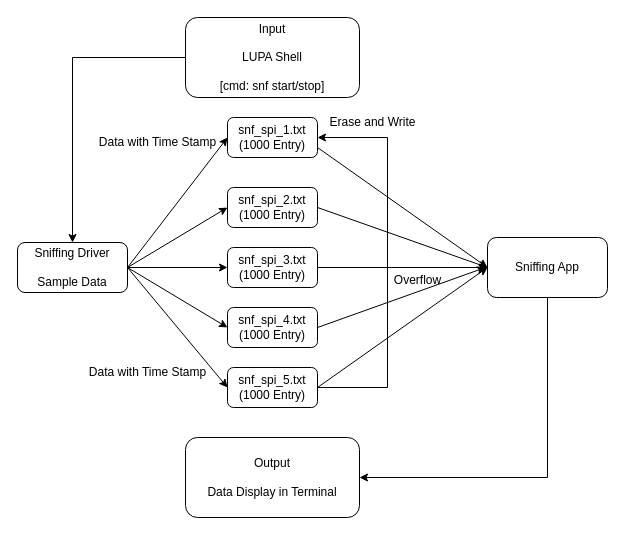
Before: sniffing_dev_1.drawio in nishitp007/temp, a draw.io diagram. Source tidied: cells renumbered, new cells numbered last; positions are measured from the earlier drawing's top-left corner, leaving out a move shared by most shapes. Both pictures are drawn from the tidied source at 100%, with x=0, y=0 at pixel (17, 17).
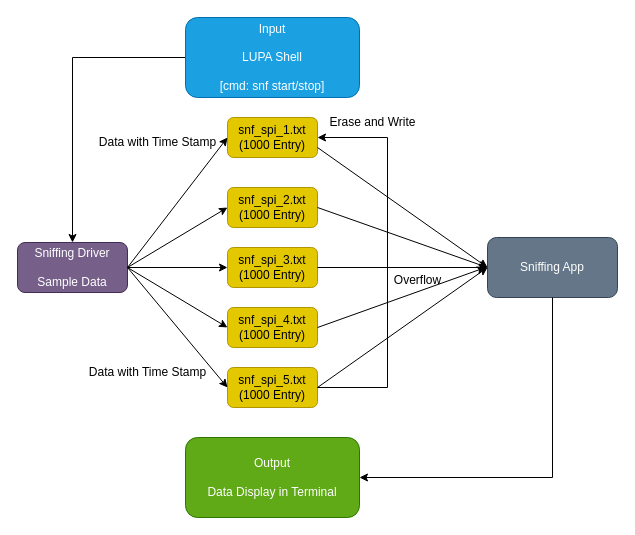
The same diagram, later.

The edit, as a diff of the source:
```diff
@@
-    <mxCell id="2" value="snf_spi_1.txt&lt;br&gt;(1000 Entry)" style="rounded=1;whiteSpace=wrap;html=1;" parent="1" vertex="1">
+    <mxCell id="2" value="snf_spi_1.txt&lt;br&gt;(1000 Entry)" style="rounded=1;whiteSpace=wrap;html=1;fillColor=#e3c800;fontColor=#000000;strokeColor=#B09500;" parent="1" vertex="1">
       <mxGeometry x="210" y="100" width="90" height="40" as="geometry" />
     </mxCell>
-    <mxCell id="3" value="snf_spi_2.txt&lt;br&gt;(1000 Entry)" style="rounded=1;whiteSpace=wrap;html=1;" parent="1" vertex="1">
+    <mxCell id="3" value="snf_spi_2.txt&lt;br&gt;(1000 Entry)" style="rounded=1;whiteSpace=wrap;html=1;fillColor=#e3c800;fontColor=#000000;strokeColor=#B09500;" parent="1" vertex="1">
       <mxGeometry x="210" y="170" width="90" height="40" as="geometry" />
     </mxCell>
-    <mxCell id="4" value="snf_spi_3.txt&lt;br&gt;(1000 Entry)" style="rounded=1;whiteSpace=wrap;html=1;" parent="1" vertex="1">
+    <mxCell id="4" value="snf_spi_3.txt&lt;br&gt;(1000 Entry)" style="rounded=1;whiteSpace=wrap;html=1;fillColor=#e3c800;fontColor=#000000;strokeColor=#B09500;" parent="1" vertex="1">
       <mxGeometry x="210" y="230" width="90" height="40" as="geometry" />
     </mxCell>
-    <mxCell id="5" value="snf_spi_4.txt&lt;div&gt;(1000 Entry)&lt;/div&gt;" style="rounded=1;whiteSpace=wrap;html=1;" parent="1" vertex="1">
+    <mxCell id="5" value="snf_spi_4.txt&lt;div&gt;(1000 Entry)&lt;/div&gt;" style="rounded=1;whiteSpace=wrap;html=1;fillColor=#e3c800;fontColor=#000000;strokeColor=#B09500;" parent="1" vertex="1">
       <mxGeometry x="210" y="290" width="90" height="40" as="geometry" />
     </mxCell>
-    <mxCell id="6" value="snf_spi_5.txt&lt;div&gt;(1000 Entry)&lt;/div&gt;" style="rounded=1;whiteSpace=wrap;html=1;" parent="1" vertex="1">
+    <mxCell id="6" value="snf_spi_5.txt&lt;div&gt;(1000 Entry)&lt;/div&gt;" style="rounded=1;whiteSpace=wrap;html=1;fillColor=#e3c800;fontColor=#000000;strokeColor=#B09500;" parent="1" vertex="1">
       <mxGeometry x="210" y="350" width="90" height="40" as="geometry" />
     </mxCell>
-    <mxCell id="7" value="Sniffing Driver&lt;br&gt;&lt;br&gt;Sample Data" style="rounded=1;whiteSpace=wrap;html=1;" parent="1" vertex="1">
+    <mxCell id="7" value="Sniffing Driver&lt;br&gt;&lt;br&gt;Sample Data" style="rounded=1;whiteSpace=wrap;html=1;fillColor=#76608a;fontColor=#ffffff;strokeColor=#432D57;" parent="1" vertex="1">
       <mxGeometry y="225" width="110" height="50" as="geometry" />
     </mxCell>
@@
-    <mxCell id="17" value="Sniffing App" style="rounded=1;whiteSpace=wrap;html=1;" parent="1" vertex="1">
-      <mxGeometry x="470" y="220" width="120" height="60" as="geometry" />
+    <mxCell id="17" value="Sniffing App" style="rounded=1;whiteSpace=wrap;html=1;fillColor=#647687;fontColor=#ffffff;strokeColor=#314354;" parent="1" vertex="1">
+      <mxGeometry x="470" y="220" width="130" height="60" as="geometry" />
     </mxCell>
@@
-    <mxCell id="24" value="Input&lt;br&gt;&lt;br&gt;LUPA Shell&lt;br&gt;&lt;br&gt;[cmd: snf start/stop]" style="rounded=1;whiteSpace=wrap;html=1;" parent="1" vertex="1">
+    <mxCell id="24" value="Input&lt;br&gt;&lt;br&gt;LUPA Shell&lt;br&gt;&lt;br&gt;[cmd: snf start/stop]" style="rounded=1;whiteSpace=wrap;html=1;fillColor=#1ba1e2;strokeColor=#006EAF;fontColor=#ffffff;" parent="1" vertex="1">
       <mxGeometry x="168" width="174" height="80" as="geometry" />
     </mxCell>
     <mxCell id="25" style="endArrow=classic;html=1;rounded=0;exitX=0.5;exitY=1;exitDx=0;exitDy=0;entryX=1;entryY=0.5;entryDx=0;entryDy=0;" parent="1" edge="1" source="17" target="26">
       <mxGeometry relative="1" as="geometry">
         <Array as="points">
-          <mxPoint x="530" y="460" />
+          <mxPoint x="535" y="460" />
         </Array>
       </mxGeometry>
     </mxCell>
-    <mxCell id="26" value="Output&lt;br&gt;&lt;br&gt;Data Display in Terminal" style="rounded=1;whiteSpace=wrap;html=1;" parent="1" vertex="1">
+    <mxCell id="26" value="Output&lt;br&gt;&lt;br&gt;Data Display in Terminal" style="rounded=1;whiteSpace=wrap;html=1;fillColor=#60a917;fontColor=#ffffff;strokeColor=#2D7600;" parent="1" vertex="1">
       <mxGeometry x="168" y="420" width="174" height="80" as="geometry" />
     </mxCell>
```
